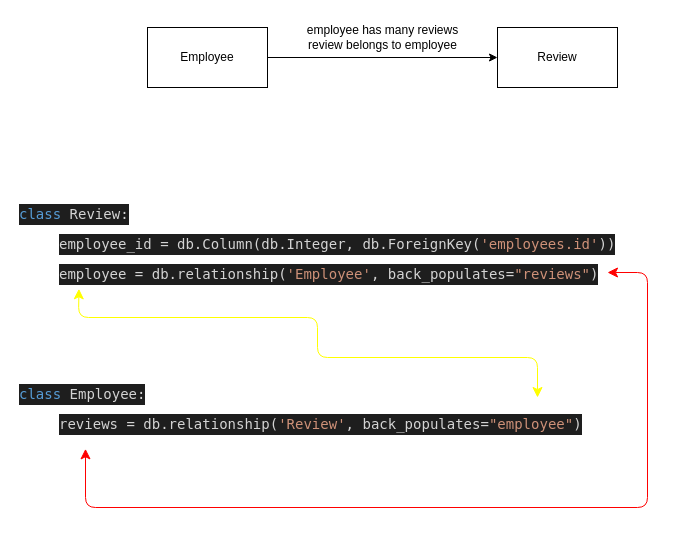
Earlier version of the draw.io diagram assets/relationship.drawio (rachelAtFlatiron/Phase-4-062424). Source tidied: cells renumbered, new cells numbered last; positions are measured from the earlier drawing's top-left corner, leaving out a move shared by most shapes. Both pictures are drawn from the tidied source at 100%, with x=0, y=0 at pixel (17, 17).
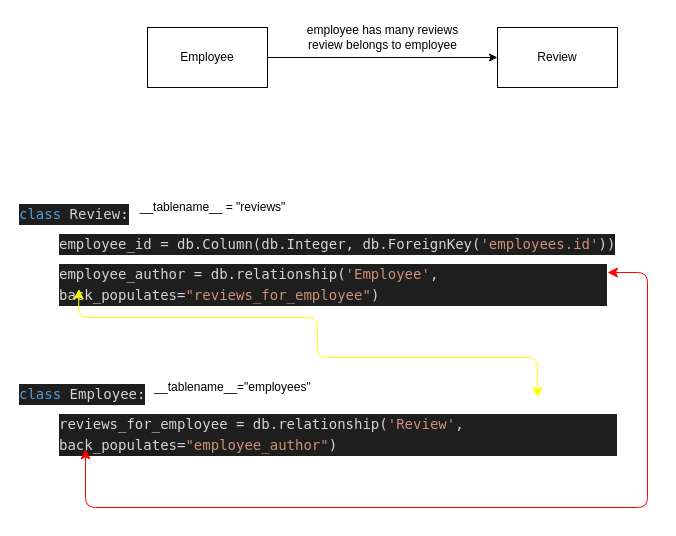
The same page after the edit.

What changed in the source:
```diff
@@
-    <mxCell id="9" value="&lt;div style=&quot;color: rgb(212, 212, 212); background-color: rgb(30, 30, 30); font-family: Menlo, Monaco, &amp;quot;Courier New&amp;quot;, monospace; font-weight: normal; font-size: 14px; line-height: 21px;&quot;&gt;&lt;div&gt;&lt;span style=&quot;color: #d4d4d4;&quot;&gt;employee = db.relationship(&lt;/span&gt;&lt;span style=&quot;color: #ce9178;&quot;&gt;'Employee'&lt;/span&gt;&lt;span style=&quot;color: #d4d4d4;&quot;&gt;, back_populates=&lt;/span&gt;&lt;span style=&quot;color: #ce9178;&quot;&gt;&quot;reviews&quot;&lt;/span&gt;&lt;span style=&quot;color: #d4d4d4;&quot;&gt;)&lt;/span&gt;&lt;/div&gt;&lt;/div&gt;" style="text;whiteSpace=wrap;html=1;fontSize=18;fontFamily=Courier New;" parent="1" vertex="1">
+    <mxCell id="9" value="&lt;div style=&quot;color: rgb(212, 212, 212); background-color: rgb(30, 30, 30); font-family: Menlo, Monaco, &amp;quot;Courier New&amp;quot;, monospace; font-weight: normal; font-size: 14px; line-height: 21px;&quot;&gt;&lt;div&gt;&lt;span style=&quot;color: #d4d4d4;&quot;&gt;employee_author = db.relationship(&lt;/span&gt;&lt;span style=&quot;color: #ce9178;&quot;&gt;'Employee'&lt;/span&gt;&lt;span style=&quot;color: #d4d4d4;&quot;&gt;, back_populates=&lt;/span&gt;&lt;span style=&quot;color: #ce9178;&quot;&gt;&quot;reviews_for_employee&quot;&lt;/span&gt;&lt;span style=&quot;color: #d4d4d4;&quot;&gt;)&lt;/span&gt;&lt;/div&gt;&lt;/div&gt;" style="text;whiteSpace=wrap;html=1;fontSize=18;fontFamily=Courier New;" parent="1" vertex="1">
       <mxGeometry x="40" y="240" width="550" height="30" as="geometry" />
     </mxCell>
@@
-    <mxCell id="11" value="&lt;div style=&quot;color: rgb(212, 212, 212); background-color: rgb(30, 30, 30); font-family: Menlo, Monaco, &amp;quot;Courier New&amp;quot;, monospace; font-weight: normal; font-size: 14px; line-height: 21px;&quot;&gt;&lt;div&gt;&lt;span style=&quot;color: #d4d4d4;&quot;&gt;reviews = db.relationship(&lt;/span&gt;&lt;span style=&quot;color: #ce9178;&quot;&gt;'Review'&lt;/span&gt;&lt;span style=&quot;color: #d4d4d4;&quot;&gt;, back_populates=&lt;/span&gt;&lt;span style=&quot;color: #ce9178;&quot;&gt;&quot;employee&quot;&lt;/span&gt;&lt;span style=&quot;color: #d4d4d4;&quot;&gt;)&lt;/span&gt;&lt;/div&gt;&lt;div&gt;&lt;span style=&quot;color: #d4d4d4;&quot;&gt;&lt;/span&gt;&lt;/div&gt;&lt;/div&gt;" style="text;whiteSpace=wrap;html=1;fontSize=18;fontFamily=Courier New;" parent="1" vertex="1">
+    <mxCell id="11" value="&lt;div style=&quot;color: rgb(212, 212, 212); background-color: rgb(30, 30, 30); font-family: Menlo, Monaco, &amp;quot;Courier New&amp;quot;, monospace; font-weight: normal; font-size: 14px; line-height: 21px;&quot;&gt;&lt;div&gt;&lt;span style=&quot;color: #d4d4d4;&quot;&gt;reviews_for_employee = db.relationship(&lt;/span&gt;&lt;span style=&quot;color: #ce9178;&quot;&gt;'Review'&lt;/span&gt;&lt;span style=&quot;color: #d4d4d4;&quot;&gt;, back_populates=&lt;/span&gt;&lt;span style=&quot;color: #ce9178;&quot;&gt;&quot;employee_author&quot;&lt;/span&gt;&lt;span style=&quot;color: #d4d4d4;&quot;&gt;)&lt;/span&gt;&lt;/div&gt;&lt;div&gt;&lt;span style=&quot;color: #d4d4d4;&quot;&gt;&lt;/span&gt;&lt;/div&gt;&lt;/div&gt;" style="text;whiteSpace=wrap;html=1;fontSize=18;fontFamily=Courier New;" parent="1" vertex="1">
       <mxGeometry x="40" y="390" width="560" height="40" as="geometry" />
     </mxCell>
@@
+    <mxCell id="14" value="__tablename__ = &quot;reviews&quot;" style="text;html=1;align=center;verticalAlign=middle;strokeColor=none;fillColor=none;" parent="1" vertex="1">
+      <mxGeometry x="110" y="175" width="170" height="30" as="geometry" />
+    </mxCell>
+    <mxCell id="15" value="__tablename__=&quot;employees&quot;" style="text;html=1;align=center;verticalAlign=middle;strokeColor=none;fillColor=none;" parent="1" vertex="1">
+      <mxGeometry x="125" y="355" width="180" height="30" as="geometry" />
+    </mxCell>
```
